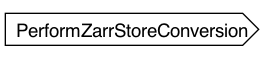
This is dot/ConvertToZarrStore.dot.png from broadinstitute/long-read-pipelines, a Graphviz export, as it was before one commit. Its source is kept beside it as dot/ConvertToZarrStore.dot. Its diagram source:
```dot
digraph {
	compound=true rankdir=LR
	node [fontname=Roboto]
	edge [color="#00000080"]
	"call-PerformZarrStoreConversion" [label=PerformZarrStoreConversion shape=cds]
}
```
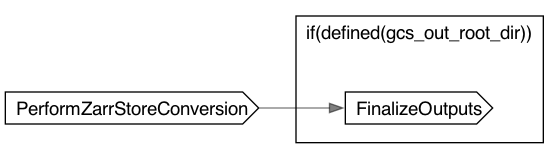
The same diagram one commit later.

The edit, as a diff of the source:
```diff
@@ -3,4 +3,10 @@
 	node [fontname=Roboto]
 	edge [color="#00000080"]
 	"call-PerformZarrStoreConversion" [label=PerformZarrStoreConversion shape=cds]
+	subgraph "cluster-if-L35C5" {
+		fontname=Roboto label="if(defined(gcs_out_root_dir))" rank=same
+		"call-FinalizeOutputs" [label=FinalizeOutputs shape=cds]
+		"if-L35C5" [label="" height=0 margin=0 style=invis width=0]
+	}
+	"call-PerformZarrStoreConversion" -> "call-FinalizeOutputs"
 }
```
